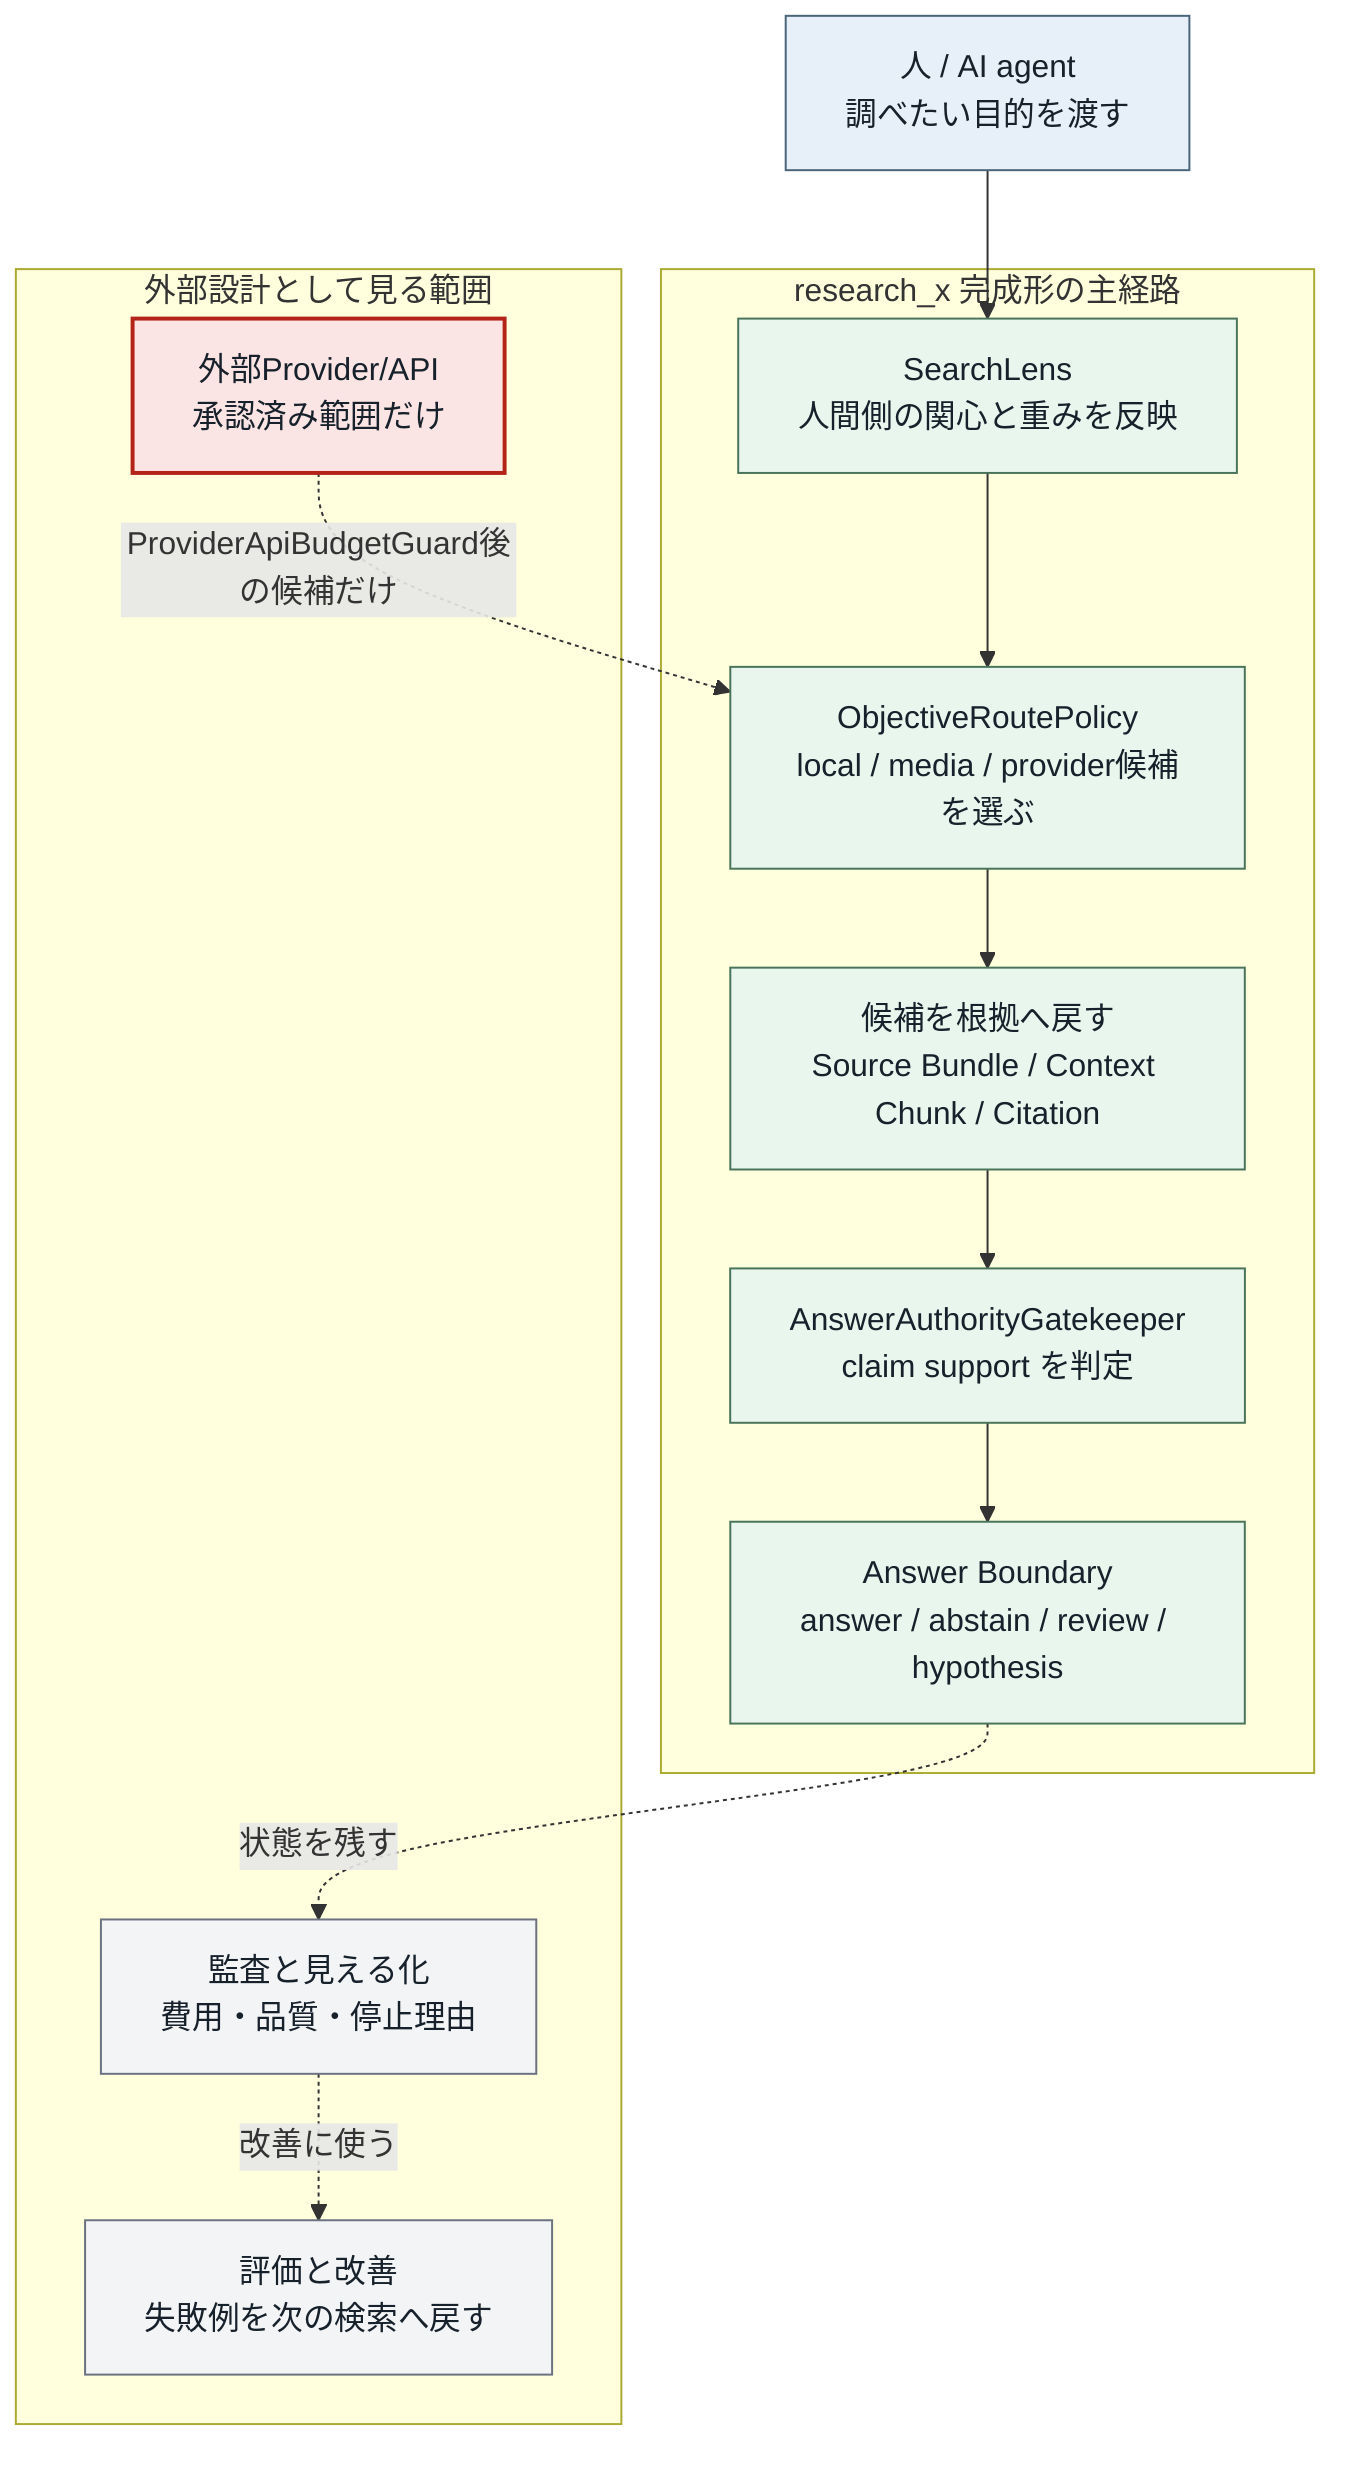
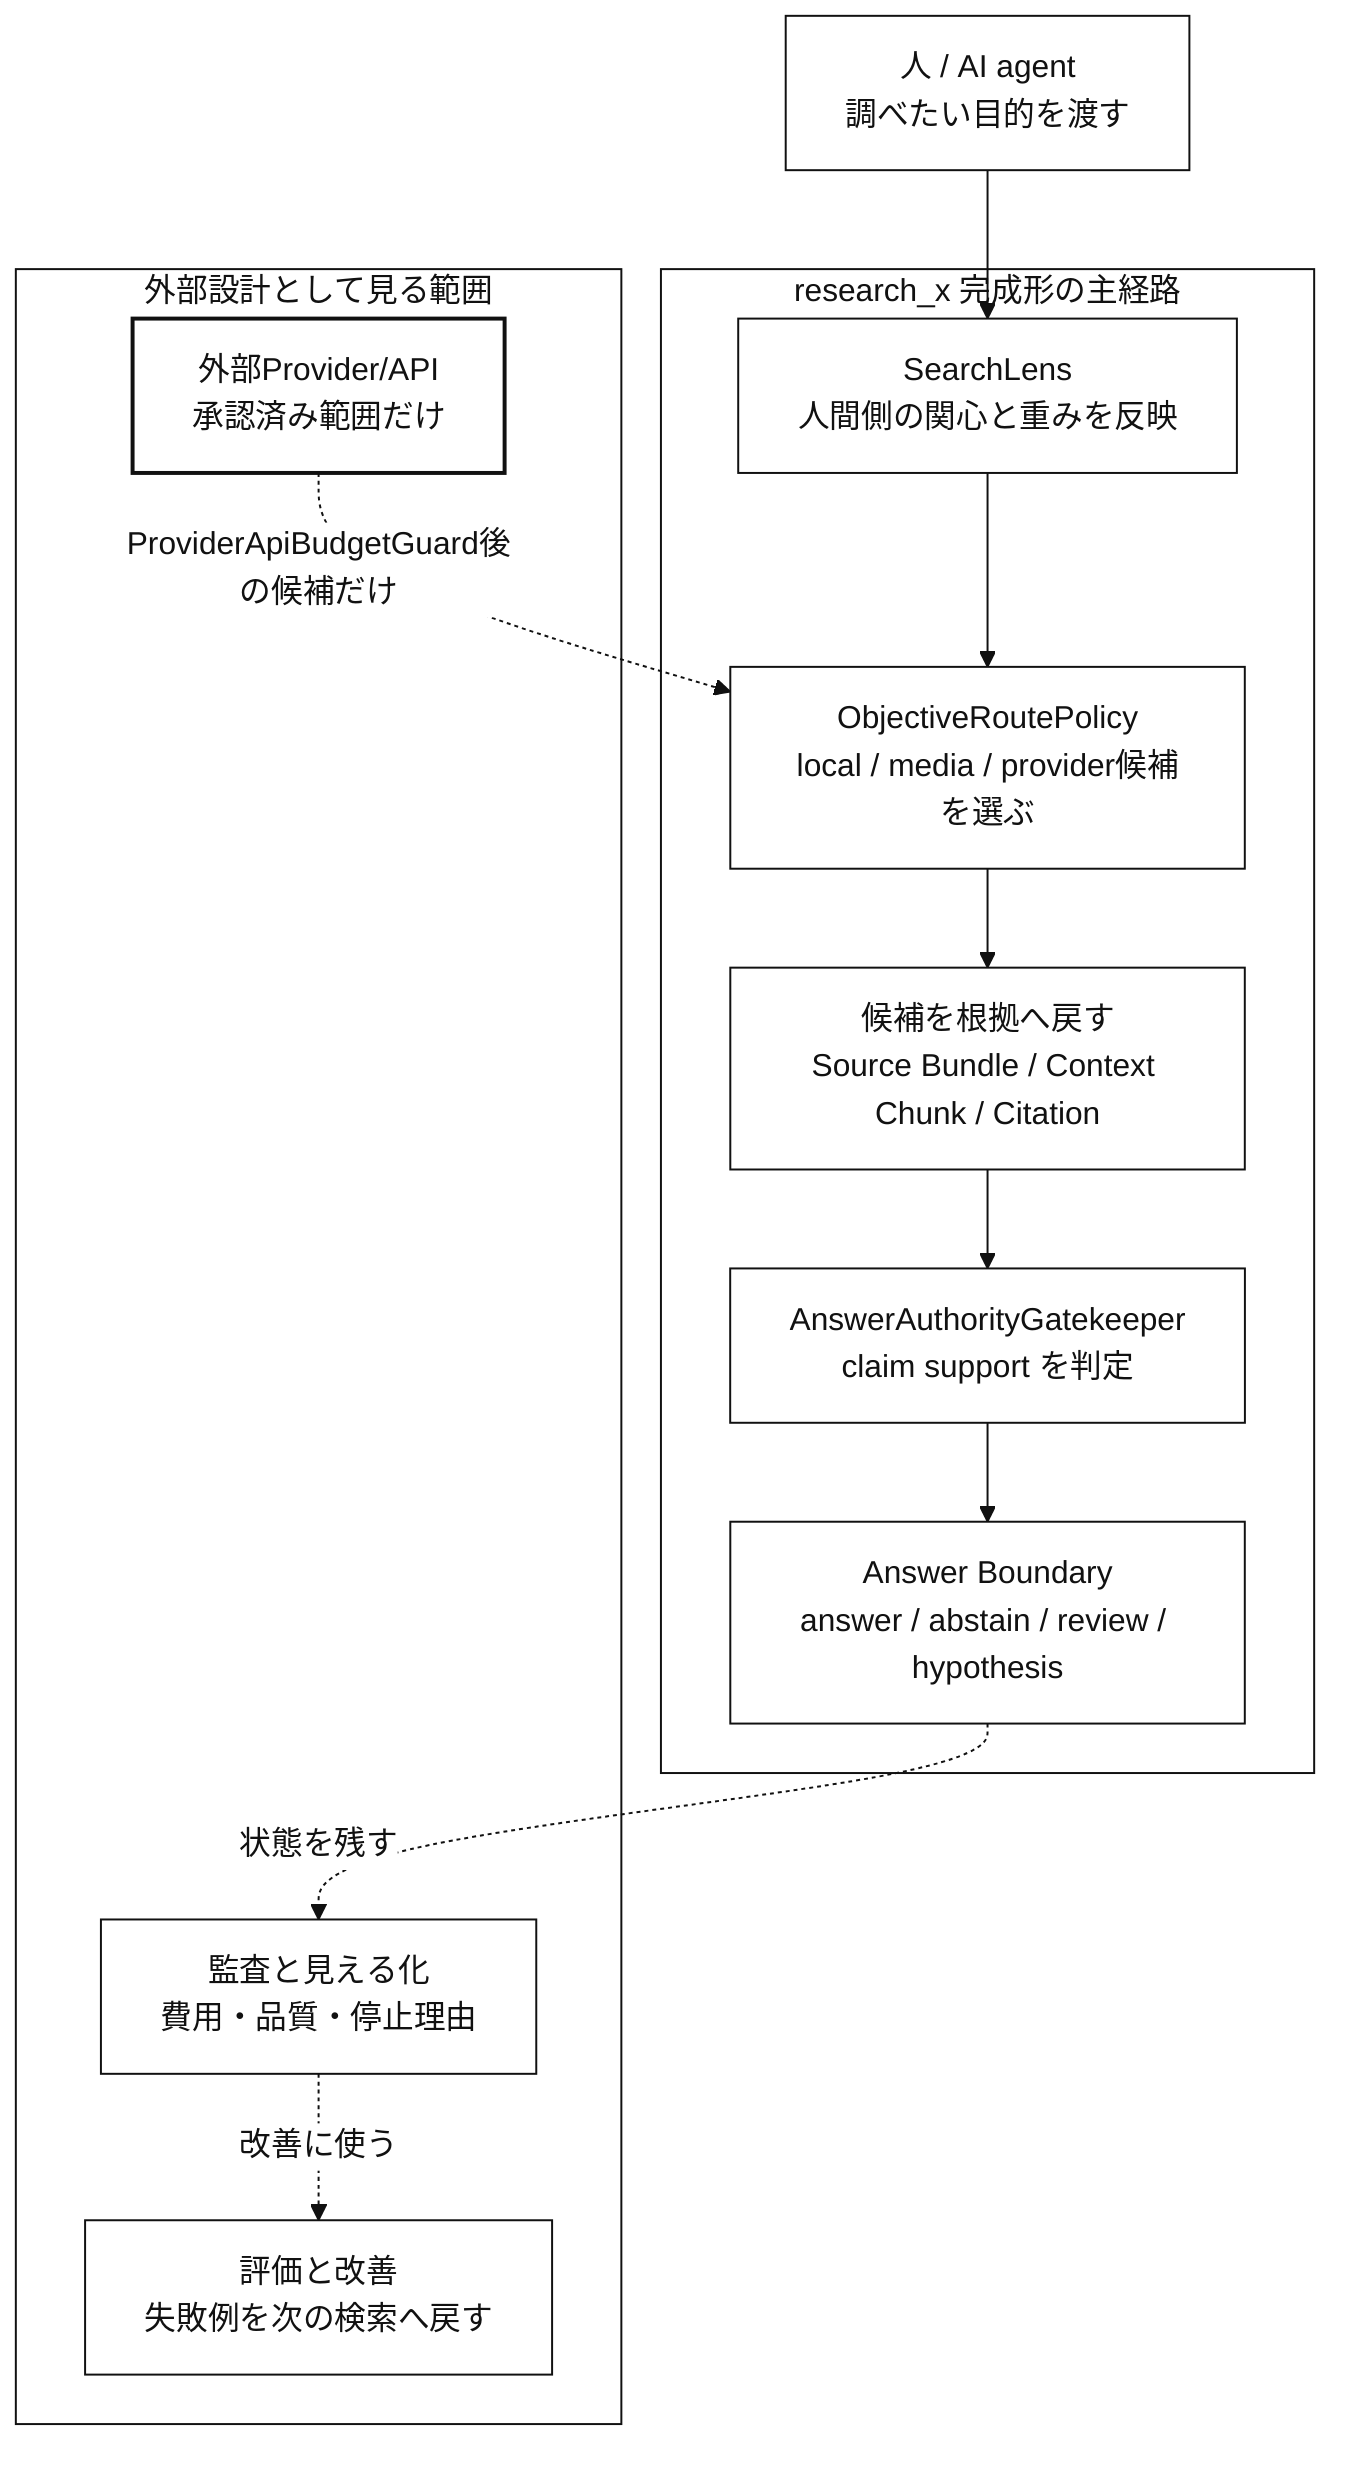
+ %%{init: {"theme":"base","themeVariables":{"background":"#ffffff","primaryColor":"#ffffff","primaryBorderColor":"#111111","primaryTextColor":"#111111","secondaryColor":"#ffffff","secondaryBorderColor":"#111111","secondaryTextColor":"#111111","tertiaryColor":"#ffffff","tertiaryBorderColor":"#111111","tertiaryTextColor":"#111111","lineColor":"#111111","textColor":"#111111","mainBkg":"#ffffff","secondBkg":"#ffffff","actorBkg":"#ffffff","actorBorder":"#111111","actorTextColor":"#111111","activationBkgColor":"#ffffff","activationBorderColor":"#111111","noteBkgColor":"#ffffff","noteBorderColor":"#111111","labelBoxBkgColor":"#ffffff","labelBoxBorderColor":"#111111","signalColor":"#111111","signalTextColor":"#111111","loopTextColor":"#111111"}}}%%
flowchart TB
  %% 完成形の全体アーキテクチャ図: AIの外部記憶として質問から答えまでを閉じる

-   classDef main fill:#e9f6ee,stroke:#49745a,color:#17212b
-   classDef input fill:#e7f0f8,stroke:#49657a,color:#17212b
-   classDef gate fill:#fbe4e4,stroke:#b42318,color:#17212b,stroke-width:2px
-   classDef side fill:#f3f4f6,stroke:#6b7280,color:#17212b
+   classDef main fill:#ffffff,stroke:#111111,color:#111111
+   classDef input fill:#ffffff,stroke:#111111,color:#111111
+   classDef gate fill:#ffffff,stroke:#111111,color:#111111,stroke-width:2px
+   classDef side fill:#ffffff,stroke:#111111,color:#111111

  request["人 / AI agent<br/>調べたい目的を渡す"]:::input

  subgraph core["research_x 完成形の主経路"]
    lens["SearchLens<br/>人間側の関心と重みを反映"]:::main
    route["ObjectiveRoutePolicy<br/>local / media / provider候補を選ぶ"]:::main
    restore["候補を根拠へ戻す<br/>Source Bundle / Context Chunk / Citation"]:::main
    authority["AnswerAuthorityGatekeeper<br/>claim support を判定"]:::main
    respond["Answer Boundary<br/>answer / abstain / review / hypothesis"]:::main
  end

  subgraph support["外部設計として見る範囲"]
    provider["外部Provider/API<br/>承認済み範囲だけ"]:::gate
    observe["監査と見える化<br/>費用・品質・停止理由"]:::side
    feedback["評価と改善<br/>失敗例を次の検索へ戻す"]:::side
  end

  request --> lens --> route --> restore --> authority --> respond
  provider -. "ProviderApiBudgetGuard後の候補だけ" .-> route
  respond -. "状態を残す" .-> observe
  observe -. "改善に使う" .-> feedback
